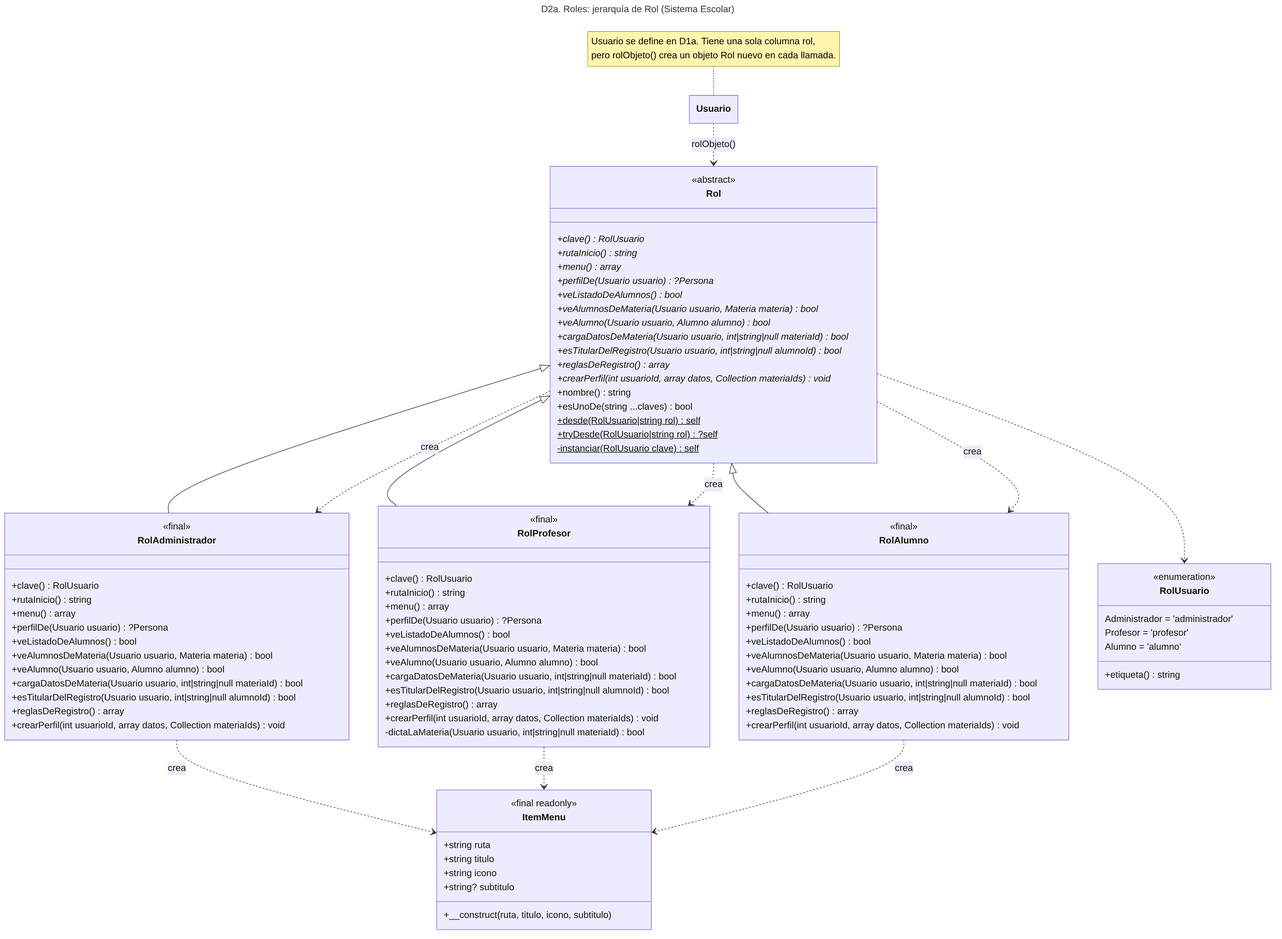
Above: docs/diagramas/D2a_roles.png in gnvargas-dev/sistema-control-acceso (Mermaid), before the change. Its source is kept beside it as docs/diagramas/D2a_roles.mmd. Source of this version:
```mermaid
---
title: "D2a. Roles: jerarquía de Rol (Sistema Escolar)"
config:
  class:
    hideEmptyMembersBox: true
---
classDiagram
direction TB

class Rol {
  <<abstract>>
  +clave()* RolUsuario
  +rutaInicio()* string
  +menu()* array
  +perfilDe(Usuario usuario)* ?Persona
  +veListadoDeAlumnos()* bool
  +veAlumnosDeMateria(Usuario usuario, Materia materia)* bool
  +veAlumno(Usuario usuario, Alumno alumno)* bool
  +cargaDatosDeMateria(Usuario usuario, int|string|null materiaId)* bool
  +esTitularDelRegistro(Usuario usuario, int|string|null alumnoId)* bool
  +reglasDeRegistro()* array
  +crearPerfil(int usuarioId, array datos, Collection materiaIds)* void
  +nombre() string
  +esUnoDe(string ...claves) bool
  +desde(RolUsuario|string rol)$ self
  +tryDesde(RolUsuario|string rol)$ ?self
  -instanciar(RolUsuario clave)$ self
}

class RolAdministrador {
  <<final>>
  +clave() RolUsuario
  +rutaInicio() string
  +menu() array
  +perfilDe(Usuario usuario) ?Persona
  +veListadoDeAlumnos() bool
  +veAlumnosDeMateria(Usuario usuario, Materia materia) bool
  +veAlumno(Usuario usuario, Alumno alumno) bool
  +cargaDatosDeMateria(Usuario usuario, int|string|null materiaId) bool
  +esTitularDelRegistro(Usuario usuario, int|string|null alumnoId) bool
  +reglasDeRegistro() array
  +crearPerfil(int usuarioId, array datos, Collection materiaIds) void
}

class RolProfesor {
  <<final>>
  +clave() RolUsuario
  +rutaInicio() string
  +menu() array
  +perfilDe(Usuario usuario) ?Persona
  +veListadoDeAlumnos() bool
  +veAlumnosDeMateria(Usuario usuario, Materia materia) bool
  +veAlumno(Usuario usuario, Alumno alumno) bool
  +cargaDatosDeMateria(Usuario usuario, int|string|null materiaId) bool
  +esTitularDelRegistro(Usuario usuario, int|string|null alumnoId) bool
  +reglasDeRegistro() array
  +crearPerfil(int usuarioId, array datos, Collection materiaIds) void
  -dictaLaMateria(Usuario usuario, int|string|null materiaId) bool
}

class RolAlumno {
  <<final>>
  +clave() RolUsuario
  +rutaInicio() string
  +menu() array
  +perfilDe(Usuario usuario) ?Persona
  +veListadoDeAlumnos() bool
  +veAlumnosDeMateria(Usuario usuario, Materia materia) bool
  +veAlumno(Usuario usuario, Alumno alumno) bool
  +cargaDatosDeMateria(Usuario usuario, int|string|null materiaId) bool
  +esTitularDelRegistro(Usuario usuario, int|string|null alumnoId) bool
  +reglasDeRegistro() array
  +crearPerfil(int usuarioId, array datos, Collection materiaIds) void
}

class ItemMenu {
  <<final readonly>>
  +string ruta
  +string titulo
  +string icono
  +string? subtitulo
  +__construct(ruta, titulo, icono, subtitulo)
}

class RolUsuario {
  <<enumeration>>
  Administrador = 'administrador'
  Profesor = 'profesor'
  Alumno = 'alumno'
  +etiqueta() string
}

class Usuario

Rol <|-- RolAdministrador
Rol <|-- RolProfesor
Rol <|-- RolAlumno

Rol ..> RolAdministrador : crea
Rol ..> RolProfesor : crea
Rol ..> RolAlumno : crea
Rol ..> RolUsuario
RolAdministrador ..> ItemMenu : crea
RolProfesor ..> ItemMenu : crea
RolAlumno ..> ItemMenu : crea
Usuario ..> Rol : rolObjeto()

note for Usuario "Usuario se define en D1a. Tiene una sola columna rol,<br/>pero rolObjeto() crea un objeto Rol nuevo en cada llamada."
```
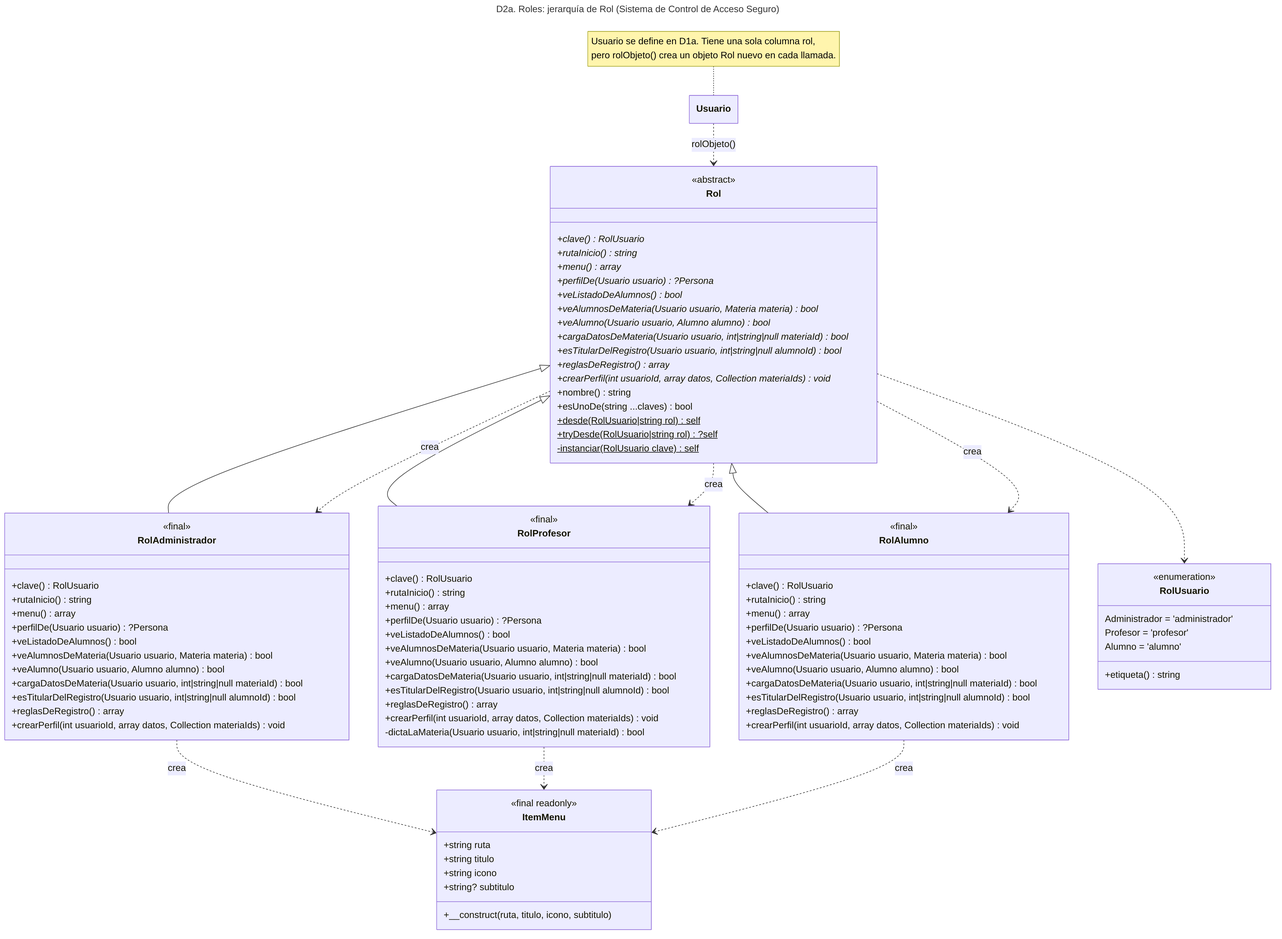
After the commit.

Change to the diagram source:
```diff
@@ -1,5 +1,5 @@
 ---
-title: "D2a. Roles: jerarquía de Rol (Sistema Escolar)"
+title: "D2a. Roles: jerarquía de Rol (Sistema de Control de Acceso Seguro)"
 config:
   class:
     hideEmptyMembersBox: true
```
